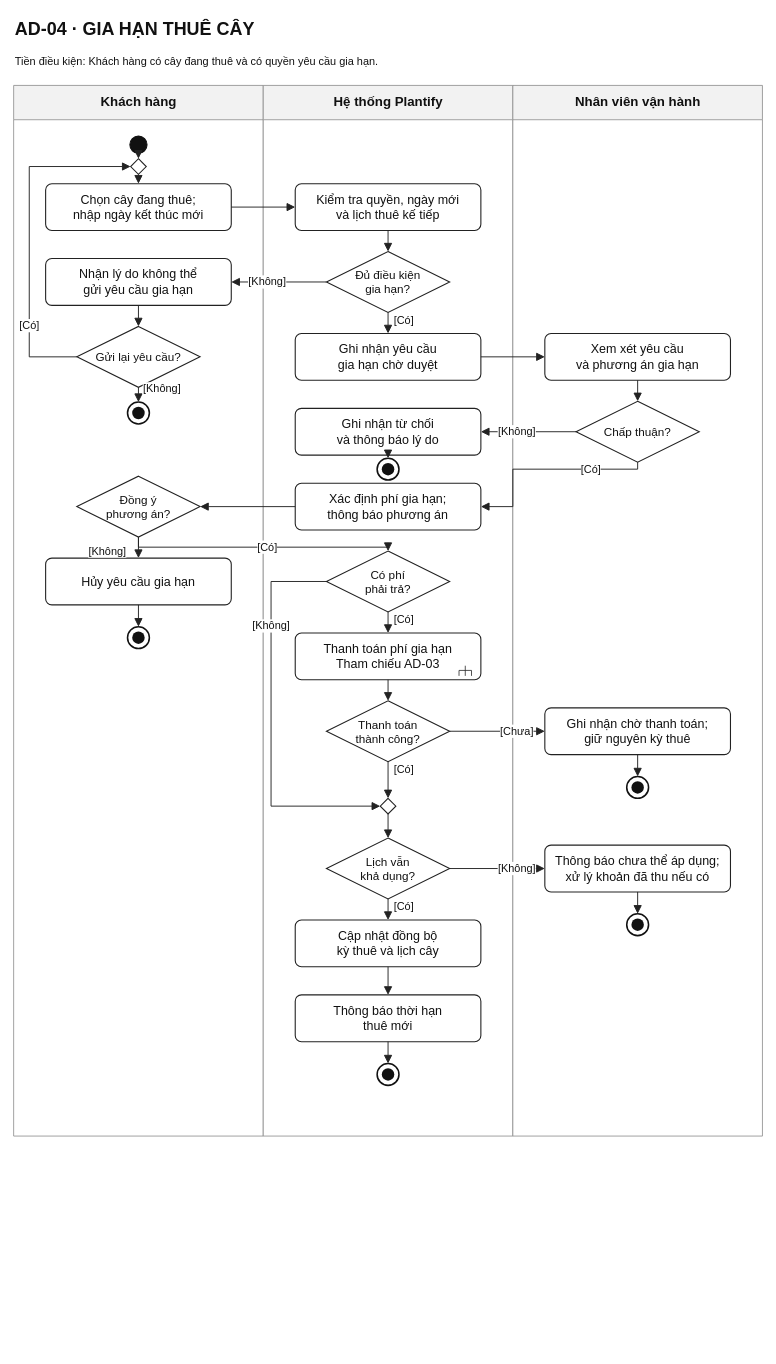
Earlier version of the draw.io diagram docs/activity-diagrams/AD-04-gia-han-thue.drawio (quocbao2004/plantify-platform). Source tidied: cells renumbered, new cells numbered last; positions are measured from the earlier drawing's top-left corner, leaving out a move shared by most shapes. Both pictures are drawn from the tidied source at 78%, with x=0, y=0 at pixel (13, 13).
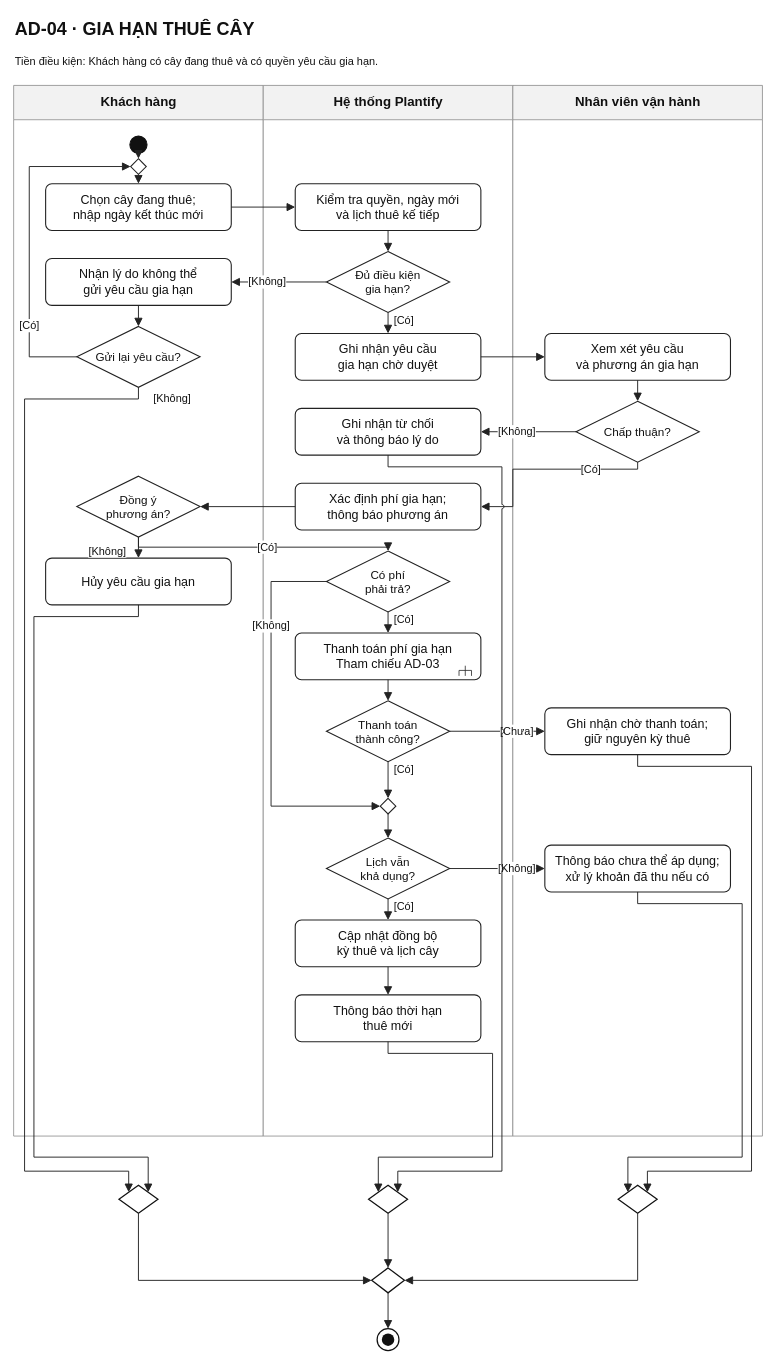
Above is the later version.

The change refers to these unchanged cells:
```xml
<mxCell id="4" value="Khách hàng" style="swimlane;html=1;horizontal=1;startSize=44;rounded=0;fillColor=#F2F2F2;swimlaneFillColor=#FFFFFF;strokeColor=#888888;strokeWidth=1;fontFamily=Arial;fontSize=17;fontStyle=1;fontColor=#111111;align=center;verticalAlign=middle;" parent="1" vertex="1">
  <mxGeometry y="92" width="320" height="1347" as="geometry" />
</mxCell>
<mxCell id="5" value="Hệ thống Plantify" style="swimlane;html=1;horizontal=1;startSize=44;rounded=0;fillColor=#F2F2F2;swimlaneFillColor=#FFFFFF;strokeColor=#888888;strokeWidth=1;fontFamily=Arial;fontSize=17;fontStyle=1;fontColor=#111111;align=center;verticalAlign=middle;" parent="1" vertex="1">
  <mxGeometry x="320" y="92" width="320" height="1347" as="geometry" />
</mxCell>
<mxCell id="6" value="Nhân viên vận hành" style="swimlane;html=1;horizontal=1;startSize=44;rounded=0;fillColor=#F2F2F2;swimlaneFillColor=#FFFFFF;strokeColor=#888888;strokeWidth=1;fontFamily=Arial;fontSize=17;fontStyle=1;fontColor=#111111;align=center;verticalAlign=middle;" parent="1" vertex="1">
  <mxGeometry x="640" y="92" width="320" height="1347" as="geometry" />
</mxCell>
<mxCell id="13" value="Gửi lại yêu cầu?" style="rhombus;perimeter=rhombusPerimeter;html=1;whiteSpace=wrap;strokeColor=#222222;strokeWidth=1.4;fillColor=#FFFFFF;fontFamily=Arial;fontSize=16;fontColor=#111111;align=center;verticalAlign=middle;spacing=5;fontSize=15;" parent="4" vertex="1">
  <mxGeometry x="81" y="309" width="158" height="78" as="geometry" />
</mxCell>
<mxCell id="19" value="Ghi nhận từ chối&lt;br/&gt;và thông báo lý do" style="rounded=1;arcSize=16;absoluteArcSize=1;html=1;whiteSpace=wrap;strokeColor=#222222;strokeWidth=1.4;fillColor=#FFFFFF;fontFamily=Arial;fontSize=16;fontColor=#111111;align=center;verticalAlign=middle;spacing=5;" parent="5" vertex="1">
  <mxGeometry x="41" y="414" width="238" height="60" as="geometry" />
</mxCell>
<mxCell id="24" value="Hủy yêu cầu gia hạn" style="rounded=1;arcSize=16;absoluteArcSize=1;html=1;whiteSpace=wrap;strokeColor=#222222;strokeWidth=1.4;fillColor=#FFFFFF;fontFamily=Arial;fontSize=16;fontColor=#111111;align=center;verticalAlign=middle;spacing=5;" parent="4" vertex="1">
  <mxGeometry x="41" y="606" width="238" height="60" as="geometry" />
</mxCell>
<mxCell id="35" value="Ghi nhận chờ thanh toán;&lt;br/&gt;giữ nguyên kỳ thuê" style="rounded=1;arcSize=16;absoluteArcSize=1;html=1;whiteSpace=wrap;strokeColor=#222222;strokeWidth=1.4;fillColor=#FFFFFF;fontFamily=Arial;fontSize=16;fontColor=#111111;align=center;verticalAlign=middle;spacing=5;" parent="6" vertex="1">
  <mxGeometry x="41" y="798" width="238" height="60" as="geometry" />
</mxCell>
<mxCell id="40" value="Thông báo chưa thể áp dụng;&lt;br/&gt;xử lý khoản đã thu nếu có" style="rounded=1;arcSize=16;absoluteArcSize=1;html=1;whiteSpace=wrap;strokeColor=#222222;strokeWidth=1.4;fillColor=#FFFFFF;fontFamily=Arial;fontSize=16;fontColor=#111111;align=center;verticalAlign=middle;spacing=5;" parent="6" vertex="1">
  <mxGeometry x="41" y="974" width="238" height="60" as="geometry" />
</mxCell>
<mxCell id="44" value="Thông báo thời hạn&lt;br/&gt;thuê mới" style="rounded=1;arcSize=16;absoluteArcSize=1;html=1;whiteSpace=wrap;strokeColor=#222222;strokeWidth=1.4;fillColor=#FFFFFF;fontFamily=Arial;fontSize=16;fontColor=#111111;align=center;verticalAlign=middle;spacing=5;" parent="5" vertex="1">
  <mxGeometry x="41" y="1166" width="238" height="60" as="geometry" />
</mxCell>
```

The edit, as a diff of the source:
```diff
@@
-    <mxCell id="14" style="ellipse;fillColor=#FFFFFF;strokeColor=#111111;strokeWidth=2;" parent="4" vertex="1">
-      <mxGeometry x="146" y="406" width="28" height="28" as="geometry" />
-    </mxCell>
-    <mxCell id="15" style="ellipse;fillColor=#111111;strokeColor=none;" parent="14" vertex="1">
-      <mxGeometry x="6" y="6" width="16" height="16" as="geometry" />
-    </mxCell>
@@
-    <mxCell id="20" style="ellipse;fillColor=#FFFFFF;strokeColor=#111111;strokeWidth=2;" parent="5" vertex="1">
-      <mxGeometry x="146" y="478" width="28" height="28" as="geometry" />
-    </mxCell>
-    <mxCell id="21" style="ellipse;fillColor=#111111;strokeColor=none;" parent="20" vertex="1">
-      <mxGeometry x="6" y="6" width="16" height="16" as="geometry" />
-    </mxCell>
@@
-    <mxCell id="25" style="ellipse;fillColor=#FFFFFF;strokeColor=#111111;strokeWidth=2;" parent="4" vertex="1">
-      <mxGeometry x="146" y="694" width="28" height="28" as="geometry" />
-    </mxCell>
-    <mxCell id="26" style="ellipse;fillColor=#111111;strokeColor=none;" parent="25" vertex="1">
-      <mxGeometry x="6" y="6" width="16" height="16" as="geometry" />
-    </mxCell>
@@
-    <mxCell id="36" style="ellipse;fillColor=#FFFFFF;strokeColor=#111111;strokeWidth=2;" parent="6" vertex="1">
-      <mxGeometry x="146" y="886" width="28" height="28" as="geometry" />
-    </mxCell>
-    <mxCell id="37" style="ellipse;fillColor=#111111;strokeColor=none;" parent="36" vertex="1">
-      <mxGeometry x="6" y="6" width="16" height="16" as="geometry" />
-    </mxCell>
@@
-    <mxCell id="41" style="ellipse;fillColor=#FFFFFF;strokeColor=#111111;strokeWidth=2;" parent="6" vertex="1">
-      <mxGeometry x="146" y="1062" width="28" height="28" as="geometry" />
-    </mxCell>
-    <mxCell id="42" style="ellipse;fillColor=#111111;strokeColor=none;" parent="41" vertex="1">
-      <mxGeometry x="6" y="6" width="16" height="16" as="geometry" />
-    </mxCell>
@@
-    <mxCell id="45" style="ellipse;fillColor=#FFFFFF;strokeColor=#111111;strokeWidth=2;" parent="5" vertex="1">
-      <mxGeometry x="146" y="1254" width="28" height="28" as="geometry" />
-    </mxCell>
-    <mxCell id="46" style="ellipse;fillColor=#111111;strokeColor=none;" parent="45" vertex="1">
-      <mxGeometry x="6" y="6" width="16" height="16" as="geometry" />
-    </mxCell>
@@
-    <mxCell id="54" value="[Không]" style="edgeStyle=none;html=1;rounded=0;endArrow=block;endFill=1;endSize=8;startArrow=none;strokeColor=#222222;strokeWidth=1.2;exitX=0.5;exitY=1;exitPerimeter=0;entryX=0.5;entryY=0;entryPerimeter=0;fontFamily=Arial;fontSize=14;fontColor=#111111;labelBackgroundColor=#FFFFFF;jumpStyle=arc;jumpSize=5;spacing=2;" parent="1" edge="1" source="13" target="14">
-      <mxGeometry relative="1" as="geometry">
-        <mxPoint x="30" y="-8.5" as="offset" />
-      </mxGeometry>
-    </mxCell>
@@
-    <mxCell id="59" style="edgeStyle=none;html=1;rounded=0;endArrow=block;endFill=1;endSize=8;startArrow=none;strokeColor=#222222;strokeWidth=1.2;exitX=0.5;exitY=1;exitPerimeter=0;entryX=0.5;entryY=0;entryPerimeter=0;fontFamily=Arial;fontSize=14;fontColor=#111111;labelBackgroundColor=#FFFFFF;jumpStyle=arc;jumpSize=5;spacing=2;" parent="1" edge="1" source="19" target="20">
-      <mxGeometry relative="1" as="geometry" />
-    </mxCell>
@@
-    <mxCell id="63" style="edgeStyle=none;html=1;rounded=0;endArrow=block;endFill=1;endSize=8;startArrow=none;strokeColor=#222222;strokeWidth=1.2;exitX=0.5;exitY=1;exitPerimeter=0;entryX=0.5;entryY=0;entryPerimeter=0;fontFamily=Arial;fontSize=14;fontColor=#111111;labelBackgroundColor=#FFFFFF;jumpStyle=arc;jumpSize=5;spacing=2;" parent="1" edge="1" source="24" target="25">
-      <mxGeometry relative="1" as="geometry" />
-    </mxCell>
@@
-    <mxCell id="68" style="edgeStyle=none;html=1;rounded=0;endArrow=block;endFill=1;endSize=8;startArrow=none;strokeColor=#222222;strokeWidth=1.2;exitX=0.5;exitY=1;exitPerimeter=0;entryX=0.5;entryY=0;entryPerimeter=0;fontFamily=Arial;fontSize=14;fontColor=#111111;labelBackgroundColor=#FFFFFF;jumpStyle=arc;jumpSize=5;spacing=2;" parent="1" edge="1" source="35" target="36">
-      <mxGeometry relative="1" as="geometry" />
-    </mxCell>
@@
-    <mxCell id="73" style="edgeStyle=none;html=1;rounded=0;endArrow=block;endFill=1;endSize=8;startArrow=none;strokeColor=#222222;strokeWidth=1.2;exitX=0.5;exitY=1;exitPerimeter=0;entryX=0.5;entryY=0;entryPerimeter=0;fontFamily=Arial;fontSize=14;fontColor=#111111;labelBackgroundColor=#FFFFFF;jumpStyle=arc;jumpSize=5;spacing=2;" parent="1" edge="1" source="40" target="41">
-      <mxGeometry relative="1" as="geometry" />
-    </mxCell>
@@
+    <mxCell id="77" style="rhombus;perimeter=rhombusPerimeter;html=1;fillColor=#FFFFFF;strokeColor=#111111;strokeWidth=1.6;" parent="1" vertex="1">
+      <mxGeometry x="459" y="1608" width="42" height="32" as="geometry" />
+    </mxCell>
+    <mxCell id="45" style="ellipse;html=1;fillColor=#FFFFFF;strokeColor=#111111;strokeWidth=1.6;" parent="1" vertex="1">
+      <mxGeometry x="466" y="1686" width="28" height="28" as="geometry" />
+    </mxCell>
+    <mxCell id="46" style="ellipse;fillColor=#111111;strokeColor=none;" parent="45" vertex="1">
+      <mxGeometry x="6" y="6" width="16" height="16" as="geometry" />
+    </mxCell>
+    <mxCell id="78" style="rhombus;perimeter=rhombusPerimeter;html=1;fillColor=#FFFFFF;strokeColor=#111111;strokeWidth=1.6;" parent="1" vertex="1">
+      <mxGeometry x="135" y="1502" width="50" height="36" as="geometry" />
+    </mxCell>
+    <mxCell id="54" value="[Không]" style="edgeStyle=none;html=1;rounded=0;endArrow=block;endFill=1;endSize=8;startArrow=none;strokeColor=#222222;strokeWidth=1.2;exitX=0.5;exitY=1;exitPerimeter=0;entryX=0.25;entryY=0.25;entryPerimeter=0;fontFamily=Arial;fontSize=14;fontColor=#111111;labelBackgroundColor=#FFFFFF;jumpStyle=arc;jumpSize=5;spacing=2;" parent="1" edge="1" source="13" target="78">
+      <mxGeometry relative="1" as="geometry">
+        <Array as="points">
+          <mxPoint x="160" y="494" />
+          <mxPoint x="14" y="494" />
+          <mxPoint x="14" y="1484" />
+          <mxPoint x="147.5" y="1484" />
+        </Array>
+        <mxPoint x="189" y="-494.8" as="offset" />
+      </mxGeometry>
+    </mxCell>
+    <mxCell id="63" style="edgeStyle=none;html=1;rounded=0;endArrow=block;endFill=1;endSize=8;startArrow=none;strokeColor=#222222;strokeWidth=1.2;exitX=0.5;exitY=1;exitPerimeter=0;entryX=0.75;entryY=0.25;entryPerimeter=0;fontFamily=Arial;fontSize=14;fontColor=#111111;labelBackgroundColor=#FFFFFF;jumpStyle=arc;jumpSize=5;spacing=2;" parent="1" edge="1" source="24" target="78">
+      <mxGeometry relative="1" as="geometry">
+        <Array as="points">
+          <mxPoint x="160" y="773" />
+          <mxPoint x="26" y="773" />
+          <mxPoint x="26" y="1466" />
+          <mxPoint x="172.5" y="1466" />
+        </Array>
+      </mxGeometry>
+    </mxCell>
+    <mxCell id="79" style="edgeStyle=none;html=1;rounded=0;endArrow=block;endFill=1;endSize=8;startArrow=none;strokeColor=#222222;strokeWidth=1.2;exitX=0.5;exitY=1;exitPerimeter=0;entryX=0;entryY=0.5;entryPerimeter=0;fontFamily=Arial;fontSize=14;fontColor=#111111;labelBackgroundColor=#FFFFFF;jumpStyle=arc;jumpSize=5;spacing=2;" parent="1" edge="1" source="78" target="77">
+      <mxGeometry relative="1" as="geometry">
+        <Array as="points">
+          <mxPoint x="160" y="1624" />
+        </Array>
+      </mxGeometry>
+    </mxCell>
+    <mxCell id="80" style="rhombus;perimeter=rhombusPerimeter;html=1;fillColor=#FFFFFF;strokeColor=#111111;strokeWidth=1.6;" parent="1" vertex="1">
+      <mxGeometry x="455" y="1502" width="50" height="36" as="geometry" />
+    </mxCell>
-    <mxCell id="76" style="edgeStyle=none;html=1;rounded=0;endArrow=block;endFill=1;endSize=8;startArrow=none;strokeColor=#222222;strokeWidth=1.2;exitX=0.5;exitY=1;exitPerimeter=0;entryX=0.5;entryY=0;entryPerimeter=0;fontFamily=Arial;fontSize=14;fontColor=#111111;labelBackgroundColor=#FFFFFF;jumpStyle=arc;jumpSize=5;spacing=2;" parent="1" edge="1" source="44" target="45">
-      <mxGeometry relative="1" as="geometry" />
+    <mxCell id="76" style="edgeStyle=none;html=1;rounded=0;endArrow=block;endFill=1;endSize=8;startArrow=none;strokeColor=#222222;strokeWidth=1.2;exitX=0.5;exitY=1;exitPerimeter=0;entryX=0.25;entryY=0.25;entryPerimeter=0;fontFamily=Arial;fontSize=14;fontColor=#111111;labelBackgroundColor=#FFFFFF;jumpStyle=arc;jumpSize=5;spacing=2;" parent="1" edge="1" source="44" target="80">
+      <mxGeometry relative="1" as="geometry">
+        <Array as="points">
+          <mxPoint x="480" y="1333" />
+          <mxPoint x="614" y="1333" />
+          <mxPoint x="614" y="1466" />
+          <mxPoint x="467.5" y="1466" />
+        </Array>
+      </mxGeometry>
     </mxCell>
+    <mxCell id="59" style="edgeStyle=none;html=1;rounded=0;endArrow=block;endFill=1;endSize=8;startArrow=none;strokeColor=#222222;strokeWidth=1.2;exitX=0.5;exitY=1;exitPerimeter=0;entryX=0.75;entryY=0.25;entryPerimeter=0;fontFamily=Arial;fontSize=14;fontColor=#111111;labelBackgroundColor=#FFFFFF;jumpStyle=arc;jumpSize=5;spacing=2;" parent="1" edge="1" source="19" target="80">
+      <mxGeometry relative="1" as="geometry">
+        <Array as="points">
+          <mxPoint x="480" y="581" />
+          <mxPoint x="626" y="581" />
+          <mxPoint x="626" y="1484" />
+          <mxPoint x="492.5" y="1484" />
+        </Array>
+      </mxGeometry>
+    </mxCell>
+    <mxCell id="81" style="edgeStyle=none;html=1;rounded=0;endArrow=block;endFill=1;endSize=8;startArrow=none;strokeColor=#222222;strokeWidth=1.2;exitX=0.5;exitY=1;exitPerimeter=0;entryX=0.5;entryY=0;entryPerimeter=0;fontFamily=Arial;fontSize=14;fontColor=#111111;labelBackgroundColor=#FFFFFF;jumpStyle=arc;jumpSize=5;spacing=2;" parent="1" edge="1" source="80" target="77">
+      <mxGeometry relative="1" as="geometry">
+        <Array as="points">
+          <mxPoint x="480" y="1608" />
+        </Array>
+      </mxGeometry>
+    </mxCell>
+    <mxCell id="82" style="rhombus;perimeter=rhombusPerimeter;html=1;fillColor=#FFFFFF;strokeColor=#111111;strokeWidth=1.6;" parent="1" vertex="1">
+      <mxGeometry x="775" y="1502" width="50" height="36" as="geometry" />
+    </mxCell>
+    <mxCell id="73" style="edgeStyle=none;html=1;rounded=0;endArrow=block;endFill=1;endSize=8;startArrow=none;strokeColor=#222222;strokeWidth=1.2;exitX=0.5;exitY=1;exitPerimeter=0;entryX=0.25;entryY=0.25;entryPerimeter=0;fontFamily=Arial;fontSize=14;fontColor=#111111;labelBackgroundColor=#FFFFFF;jumpStyle=arc;jumpSize=5;spacing=2;" parent="1" edge="1" source="40" target="82">
+      <mxGeometry relative="1" as="geometry">
+        <Array as="points">
+          <mxPoint x="800" y="1141" />
+          <mxPoint x="934" y="1141" />
+          <mxPoint x="934" y="1466" />
+          <mxPoint x="787.5" y="1466" />
+        </Array>
+      </mxGeometry>
+    </mxCell>
+    <mxCell id="68" style="edgeStyle=none;html=1;rounded=0;endArrow=block;endFill=1;endSize=8;startArrow=none;strokeColor=#222222;strokeWidth=1.2;exitX=0.5;exitY=1;exitPerimeter=0;entryX=0.75;entryY=0.25;entryPerimeter=0;fontFamily=Arial;fontSize=14;fontColor=#111111;labelBackgroundColor=#FFFFFF;jumpStyle=arc;jumpSize=5;spacing=2;" parent="1" edge="1" source="35" target="82">
+      <mxGeometry relative="1" as="geometry">
+        <Array as="points">
+          <mxPoint x="800" y="965" />
+          <mxPoint x="946" y="965" />
+          <mxPoint x="946" y="1484" />
+          <mxPoint x="812.5" y="1484" />
+        </Array>
+      </mxGeometry>
+    </mxCell>
+    <mxCell id="83" style="edgeStyle=none;html=1;rounded=0;endArrow=block;endFill=1;endSize=8;startArrow=none;strokeColor=#222222;strokeWidth=1.2;exitX=0.5;exitY=1;exitPerimeter=0;entryX=1;entryY=0.5;entryPerimeter=0;fontFamily=Arial;fontSize=14;fontColor=#111111;labelBackgroundColor=#FFFFFF;jumpStyle=arc;jumpSize=5;spacing=2;" parent="1" edge="1" source="82" target="77">
+      <mxGeometry relative="1" as="geometry">
+        <Array as="points">
+          <mxPoint x="800" y="1624" />
+        </Array>
+      </mxGeometry>
+    </mxCell>
+    <mxCell id="84" style="edgeStyle=none;html=1;rounded=0;endArrow=block;endFill=1;endSize=8;startArrow=none;strokeColor=#222222;strokeWidth=1.2;exitX=0.5;exitY=1;exitPerimeter=0;entryX=0.5;entryY=0;entryPerimeter=0;fontFamily=Arial;fontSize=14;fontColor=#111111;labelBackgroundColor=#FFFFFF;jumpStyle=arc;jumpSize=5;spacing=2;" parent="1" edge="1" source="77" target="45">
+      <mxGeometry relative="1" as="geometry" />
+    </mxCell>
```
